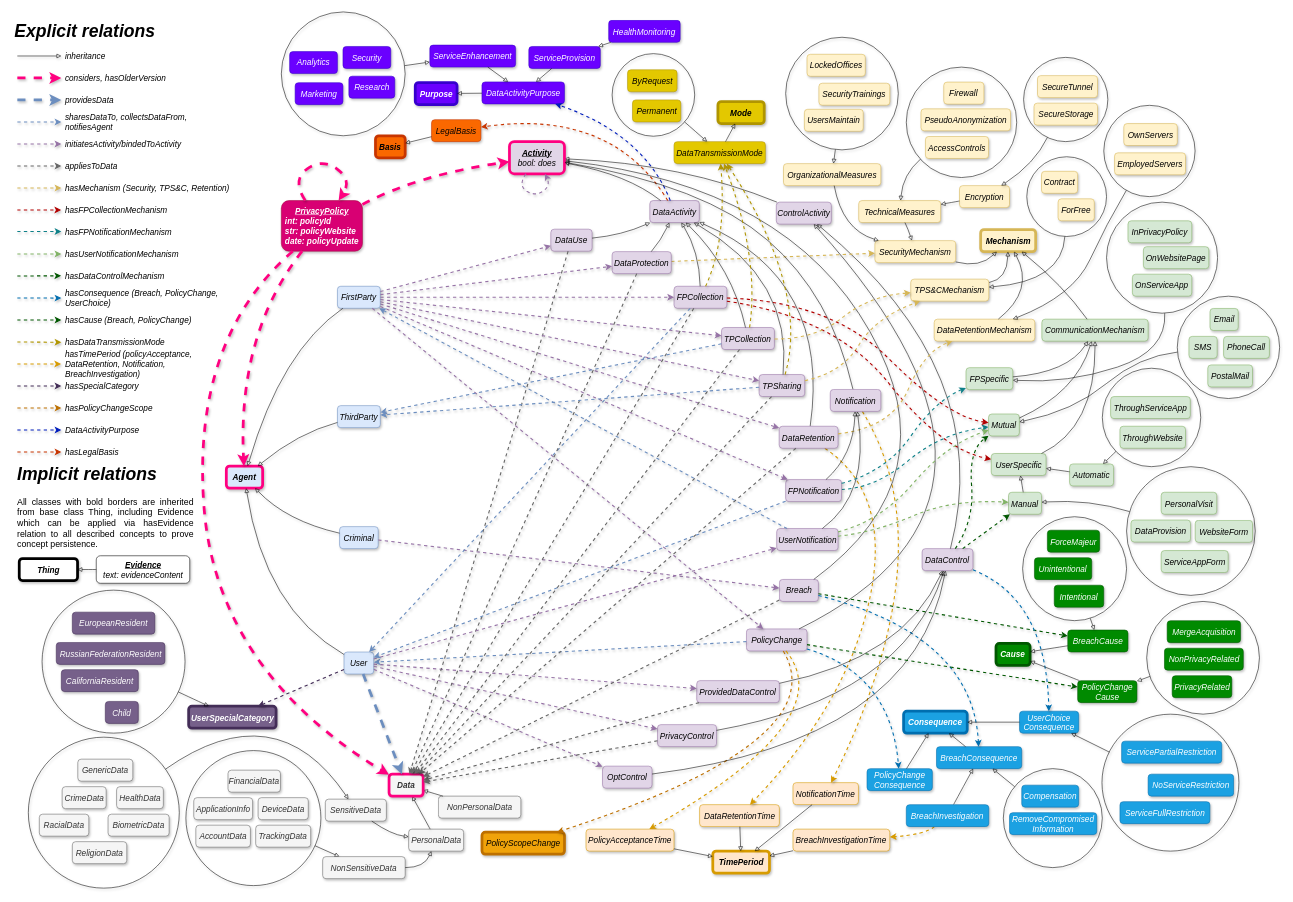
This is page "full" (1 of 2) of resources/docs/ontology.drawio from kuznetsovmd/pp-ontology, a draw.io file, before an edit. Source tidied: cells renumbered, new cells numbered last; positions are measured from the earlier drawing's top-left corner, leaving out a move shared by most shapes. Both pictures are drawn from the tidied source at 55%, with x=0, y=0 at pixel (12, 12).
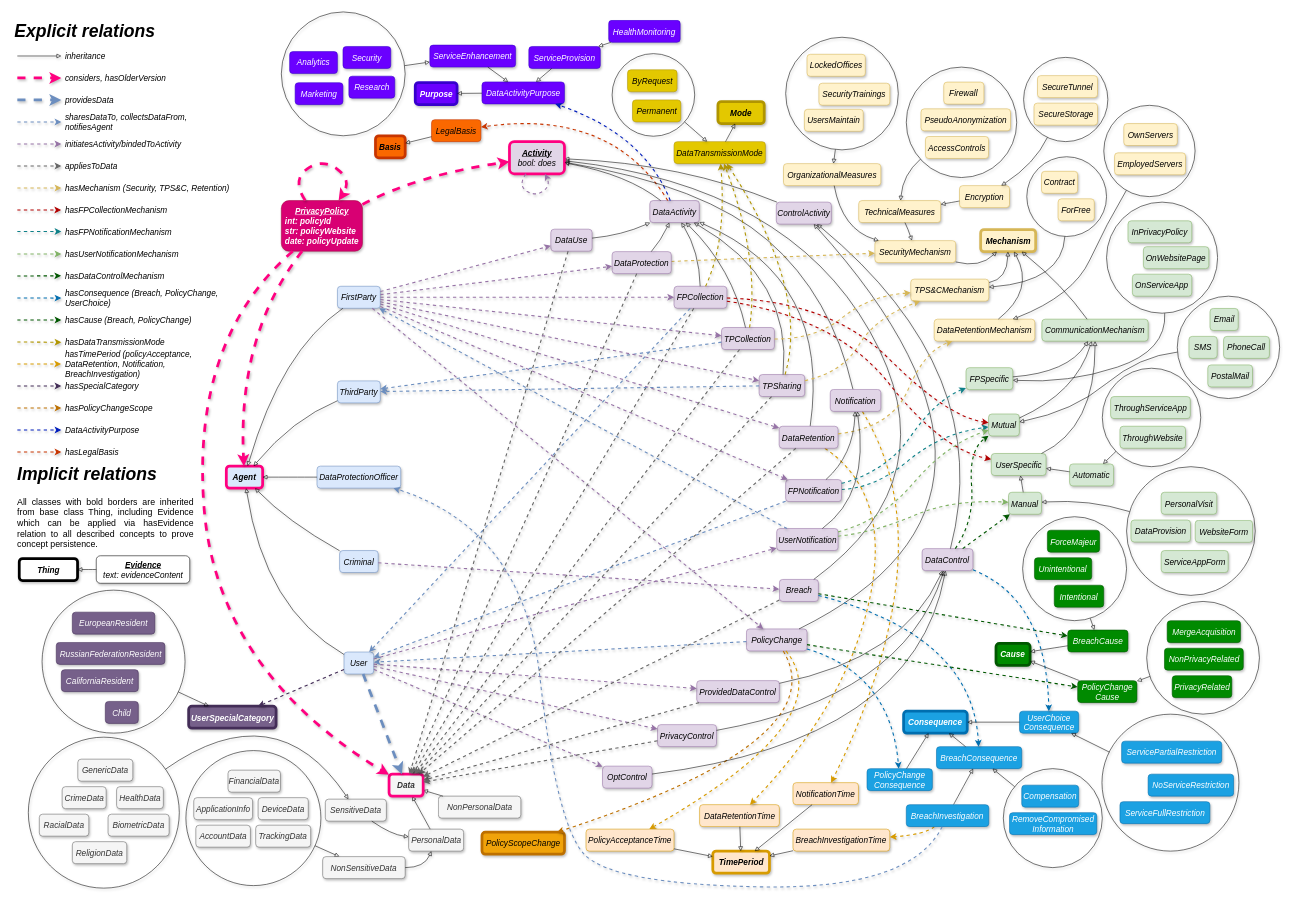
The same diagram, later.

Unchanged cells that the change refers to:
```xml
<mxCell id="22" value="Agent" style="rounded=1;whiteSpace=wrap;html=1;fillColor=#dae8fc;strokeColor=#FF0080;fontSize=15;fontStyle=3;shadow=1;strokeWidth=5;fontFamily=Helvetica;" parent="1" vertex="1">
  <mxGeometry x="390" y="826" width="66" height="40" as="geometry" />
</mxCell>
<mxCell id="182" value="BreachInvestigation" style="rounded=1;whiteSpace=wrap;html=1;fontSize=15;fontStyle=2;fillColor=#1ba1e2;strokeColor=#006EAF;fontColor=#ffffff;shadow=1;fontFamily=Helvetica;" parent="1" vertex="1">
  <mxGeometry x="1626.3" y="1441.5" width="150" height="40" as="geometry" />
</mxCell>
```

The edit, as a diff of the source:
```diff
@@
     <mxCell id="46" value="Criminal" style="rounded=1;whiteSpace=wrap;html=1;fillColor=#dae8fc;strokeColor=#6c8ebf;fontSize=15;fontStyle=2;shadow=1;fontFamily=Helvetica;" parent="1" vertex="1">
-      <mxGeometry x="595.9" y="936" width="70.2" height="40" as="geometry" />
+      <mxGeometry x="595.9" y="979.5" width="70.2" height="40" as="geometry" />
     </mxCell>
     <mxCell id="47" value="ThirdParty" style="rounded=1;whiteSpace=wrap;html=1;fillColor=#dae8fc;strokeColor=#6c8ebf;fontSize=15;fontStyle=2;shadow=1;fontFamily=Helvetica;" parent="1" vertex="1">
-      <mxGeometry x="592" y="716" width="78" height="40" as="geometry" />
+      <mxGeometry x="592" y="671" width="78" height="40" as="geometry" />
     </mxCell>
@@
     <mxCell id="160" style="endArrow=block;html=1;fontSize=15;fontStyle=2;endFill=0;curved=1;shadow=1;fontFamily=Helvetica;" parent="1" edge="1" source="47" target="22">
       <mxGeometry relative="1" as="geometry">
         <Array as="points">
-          <mxPoint x="520" y="766" />
+          <mxPoint x="510" y="741" />
         </Array>
       </mxGeometry>
     </mxCell>
@@
+    <mxCell id="321" value="DataProtectionOfficer" style="rounded=1;whiteSpace=wrap;html=1;fillColor=#dae8fc;strokeColor=#6c8ebf;fontSize=15;fontStyle=2;shadow=1;fontFamily=Helvetica;" parent="1" vertex="1">
+      <mxGeometry x="554.9" y="826" width="152.2" height="40" as="geometry" />
+    </mxCell>
+    <mxCell id="322" style="endArrow=classic;html=1;dashed=1;fontSize=15;fontStyle=2;fillColor=#dae8fc;strokeColor=#6c8ebf;shadow=1;strokeWidth=2;fontFamily=Helvetica;curved=1;" parent="1" edge="1" source="182" target="321">
+      <mxGeometry relative="1" as="geometry">
+        <Array as="points">
+          <mxPoint x="1635" y="1596" />
+          <mxPoint x="1090" y="1586" />
+          <mxPoint x="990" y="1476" />
+          <mxPoint x="930" y="941" />
+        </Array>
+      </mxGeometry>
+    </mxCell>
+    <mxCell id="323" style="endArrow=block;html=1;fontSize=15;fontStyle=2;curved=1;endFill=0;shadow=1;fontFamily=Helvetica;" parent="1" edge="1" source="321" target="22">
+      <mxGeometry relative="1" as="geometry" />
+    </mxCell>
```
